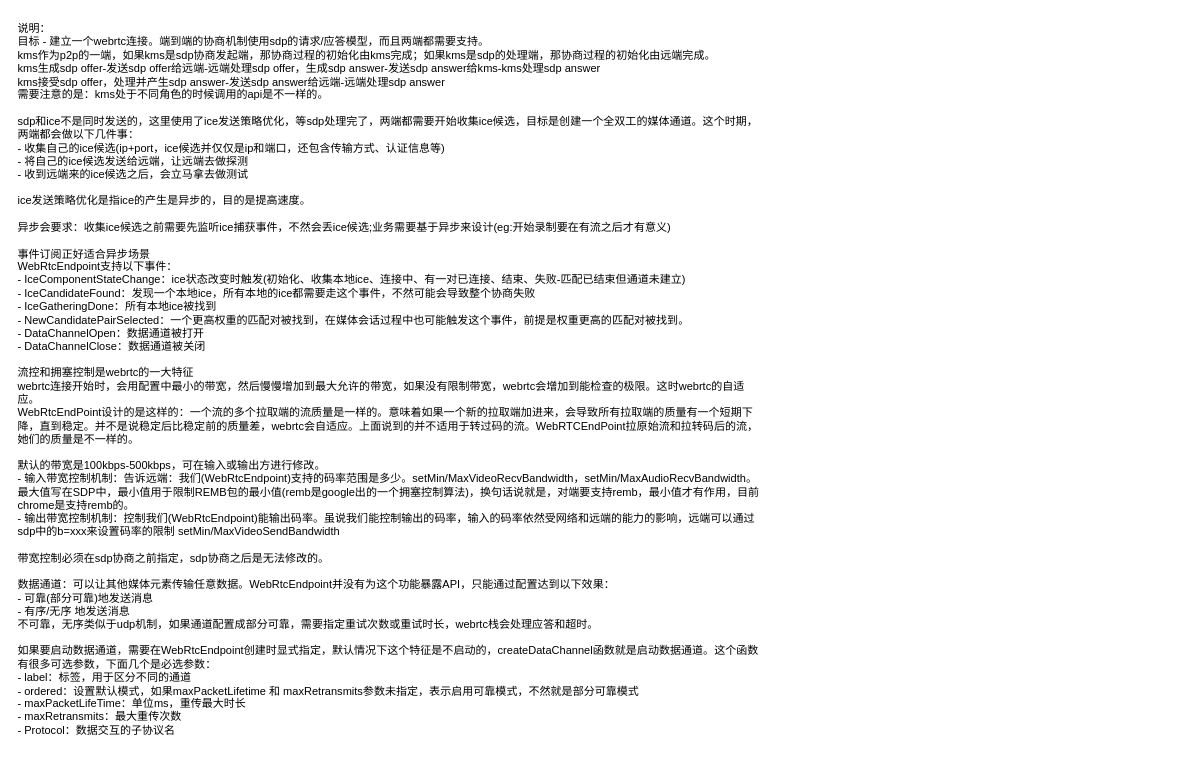
Earlier version of the draw.io diagram page "WebRtcEndpoint" (2 of 2) of kms源码分析/kms分析文字版本.drawio (63isOK/conference_graph). Source tidied: cells renumbered, new cells numbered last; positions are measured from the earlier drawing's top-left corner, leaving out a move shared by most shapes. Both pictures are drawn from the tidied source at 92%, with x=0, y=0 at pixel (16, 16).
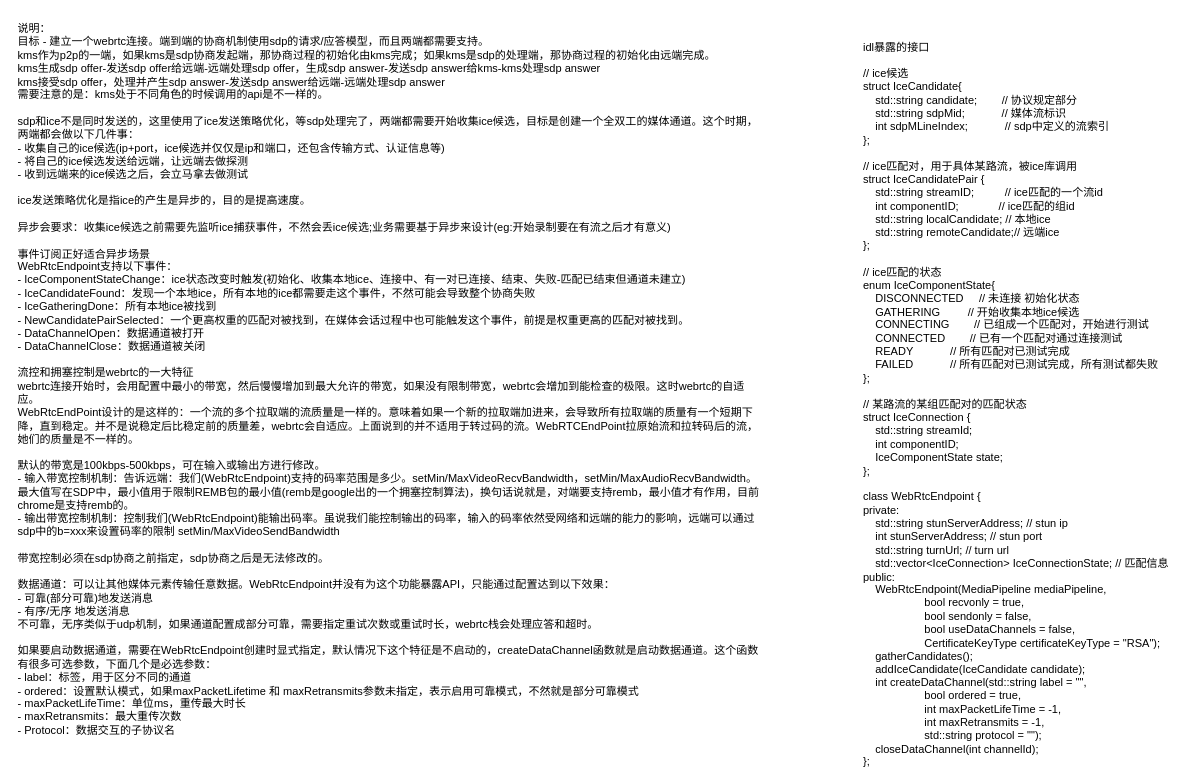
After the change.

Commit message:
更新kms分析文字版本.drawio

Diff of the diagram source:
```diff
@@
 <mxGraphModel>
   <root>
     <mxCell id="0" />
     <mxCell id="1" parent="0" />
     <mxCell id="2" value="说明：&lt;br&gt;目标 - 建立一个webrtc连接。端到端的协商机制使用sdp的请求/应答模型，而且两端都需要支持。&lt;br&gt;kms作为p2p的一端，如果kms是sdp协商发起端，那协商过程的初始化由kms完成；如果kms是sdp的处理端，那协商过程的初始化由远端完成。&lt;br&gt;kms生成sdp offer-发送sdp offer给远端-远端处理sdp offer，生成sdp answer-发送sdp answer给kms-kms处理sdp answer&lt;br&gt;kms接受sdp offer，处理并产生sdp answer-发送sdp answer给远端-远端处理sdp answer&lt;br&gt;需要注意的是：kms处于不同角色的时候调用的api是不一样的。&lt;br&gt;&lt;br&gt;sdp和ice不是同时发送的，这里使用了ice发送策略优化，等sdp处理完了，两端都需要开始收集ice候选，目标是创建一个全双工的媒体通道。这个时期，两端都会做以下几件事：&lt;br&gt;- 收集自己的ice候选(ip+port，ice候选并仅仅是ip和端口，还包含传输方式、认证信息等)&lt;br&gt;- 将自己的ice候选发送给远端，让远端去做探测&lt;br&gt;- 收到远端来的ice候选之后，会立马拿去做测试&lt;br&gt;&lt;br&gt;ice发送策略优化是指ice的产生是异步的，目的是提高速度。&lt;br&gt;&lt;br&gt;异步会要求：收集ice候选之前需要先监听ice捕获事件，不然会丢ice候选;业务需要基于异步来设计(eg:开始录制要在有流之后才有意义)&lt;br&gt;&lt;br&gt;事件订阅正好适合异步场景&lt;br&gt;WebRtcEndpoint支持以下事件：&lt;br&gt;-&amp;nbsp;&lt;span&gt;IceComponentStateChange：ice状态改变时触发(初始化、收集本地ice、连接中、有一对已连接、结束、失败-匹配已结束但通道未建立)&lt;br&gt;&lt;/span&gt;-&amp;nbsp;&lt;span&gt;IceCandidateFound：发现一个本地ice，所有本地的ice都需要走这个事件，不然可能会导致整个协商失败&lt;br&gt;&lt;/span&gt;-&amp;nbsp;&lt;span&gt;IceGatheringDone：所有本地ice被找到&lt;br&gt;&lt;/span&gt;-&amp;nbsp;&lt;span&gt;NewCandidatePairSelected：一个更高权重的匹配对被找到，在媒体会话过程中也可能触发这个事件，前提是权重更高的匹配对被找到。&lt;br&gt;&lt;/span&gt;- D&lt;span&gt;ataChannelOpen：数据通道被打开&lt;br&gt;&lt;/span&gt;- D&lt;span&gt;ataChannelClose：数据通道被关闭&lt;br&gt;&lt;/span&gt;&lt;br&gt;流控和拥塞控制是webrtc的一大特征&lt;br&gt;webrtc连接开始时，会用配置中最小的带宽，然后慢慢增加到最大允许的带宽，如果没有限制带宽，webrtc会增加到能检查的极限。这时webrtc的自适应。&lt;br&gt;WebRtcEndPoint设计的是这样的：一个流的多个拉取端的流质量是一样的。意味着如果一个新的拉取端加进来，会导致所有拉取端的质量有一个短期下降，直到稳定。并不是说稳定后比稳定前的质量差，webrtc会自适应。上面说到的并不适用于转过码的流。WebRTCEndPoint拉原始流和拉转码后的流，她们的质量是不一样的。&lt;br&gt;&lt;br&gt;默认的带宽是100kbps-500kbps，可在输入或输出方进行修改。&lt;br&gt;- 输入带宽控制机制：告诉远端：我们(WebRtcEndpoint)支持的码率范围是多少。&lt;span&gt;setMin/MaxVideoRecvBandwidth，&lt;/span&gt;&lt;span&gt;setMin/MaxAudioRecvBandwidth&lt;/span&gt;。最大值写在SDP中，最小值用于限制REMB包的最小值(remb是google出的一个拥塞控制算法)，换句话说就是，对端要支持remb，最小值才有作用，目前chrome是支持remb的。&lt;br&gt;- 输出带宽控制机制：控制我们(WebRtcEndpoint)能输出码率。虽说我们能控制输出的码率，输入的码率依然受网络和远端的能力的影响，远端可以通过sdp中的b=xxx来设置码率的限制&amp;nbsp;&lt;span&gt;setMin/MaxVideoSendBandwidth&lt;br&gt;&lt;/span&gt;&lt;br&gt;带宽控制必须在sdp协商之前指定，sdp协商之后是无法修改的。&lt;br&gt;&lt;br&gt;数据通道：可以让其他媒体元素传输任意数据。WebRtcEndpoint并没有为这个功能暴露API，只能通过配置达到以下效果：&lt;br&gt;- 可靠(部分可靠)地发送消息&lt;br&gt;- 有序/无序 地发送消息&lt;br&gt;不可靠，无序类似于udp机制，如果通道配置成部分可靠，需要指定重试次数或重试时长，webrtc栈会处理应答和超时。&lt;br&gt;&lt;br&gt;如果要启动数据通道，需要在WebRtcEndpoint创建时显式指定，默认情况下这个特征是不启动的，&lt;span&gt;createDataChannel函数就是启动数据通道。这个函数有很多可选参数，下面几个是必选参数：&lt;br&gt;&lt;/span&gt;- label：标签，用于区分不同的通道&lt;br&gt;- ordered：设置默认模式，如果&lt;span&gt;maxPacketLifetime 和 maxRetransmits参数未指定，表示启用可靠模式，不然就是部分可靠模式&lt;br&gt;&lt;/span&gt;-&amp;nbsp;&lt;span&gt;maxPacketLifeTime：单位ms，重传最大时长&lt;br&gt;&lt;/span&gt;-&amp;nbsp;&lt;span&gt;maxRetransmits：最大重传次数&lt;br&gt;&lt;/span&gt;-&amp;nbsp;&lt;span&gt;Protocol：数据交互的子协议名&lt;/span&gt;&lt;br&gt;" style="text;html=1;strokeColor=none;fillColor=none;align=left;verticalAlign=top;whiteSpace=wrap;rounded=0;" parent="1" vertex="1">
       <mxGeometry width="809" height="750" as="geometry" />
     </mxCell>
+    <mxCell id="3" value="&lt;div&gt;idl暴露的接口&lt;/div&gt;&lt;div&gt;&lt;br&gt;&lt;/div&gt;&lt;div&gt;// ice候选&lt;/div&gt;&lt;div&gt;struct IceCandidate{&lt;/div&gt;&lt;div&gt;&amp;nbsp; &amp;nbsp; std::string candidate;&amp;nbsp; &amp;nbsp; &amp;nbsp; &amp;nbsp; // 协议规定部分&lt;/div&gt;&lt;div&gt;&amp;nbsp; &amp;nbsp; std::string sdpMid;&amp;nbsp; &amp;nbsp; &amp;nbsp; &amp;nbsp; &amp;nbsp; &amp;nbsp; // 媒体流标识&lt;/div&gt;&lt;div&gt;&amp;nbsp; &amp;nbsp; int sdpMLineIndex;&amp;nbsp; &amp;nbsp; &amp;nbsp; &amp;nbsp; &amp;nbsp; &amp;nbsp; // sdp中定义的流索引&lt;/div&gt;&lt;div&gt;};&lt;/div&gt;&lt;div&gt;&lt;br&gt;&lt;/div&gt;&lt;div&gt;// ice匹配对，用于具体某路流，被ice库调用&lt;/div&gt;&lt;div&gt;struct IceCandidatePair {&lt;/div&gt;&lt;div&gt;&amp;nbsp; &amp;nbsp; std::string streamID;&amp;nbsp; &amp;nbsp; &amp;nbsp; &amp;nbsp; &amp;nbsp; // ice匹配的一个流id&lt;/div&gt;&lt;div&gt;&amp;nbsp; &amp;nbsp; int componentID;&amp;nbsp; &amp;nbsp; &amp;nbsp; &amp;nbsp; &amp;nbsp; &amp;nbsp; &amp;nbsp;// ice匹配的组id&lt;/div&gt;&lt;div&gt;&amp;nbsp; &amp;nbsp; std::string localCandidate; // 本地ice&lt;/div&gt;&lt;div&gt;&amp;nbsp; &amp;nbsp; std::string remoteCandidate;// 远端ice&lt;/div&gt;&lt;div&gt;};&lt;/div&gt;&lt;div&gt;&lt;br&gt;&lt;/div&gt;&lt;div&gt;// ice匹配的状态&lt;/div&gt;&lt;div&gt;enum IceComponentState{&lt;/div&gt;&lt;div&gt;&amp;nbsp; &amp;nbsp; DISCONNECTED&amp;nbsp; &amp;nbsp; &amp;nbsp;// 未连接 初始化状态&lt;/div&gt;&lt;div&gt;&amp;nbsp; &amp;nbsp; GATHERING&amp;nbsp; &amp;nbsp; &amp;nbsp; &amp;nbsp; &amp;nbsp;// 开始收集本地ice候选&lt;/div&gt;&lt;div&gt;&amp;nbsp; &amp;nbsp; CONNECTING&amp;nbsp; &amp;nbsp; &amp;nbsp; &amp;nbsp; // 已组成一个匹配对，开始进行测试&lt;/div&gt;&lt;div&gt;&amp;nbsp; &amp;nbsp; CONNECTED&amp;nbsp; &amp;nbsp; &amp;nbsp; &amp;nbsp; // 已有一个匹配对通过连接测试&lt;/div&gt;&lt;div&gt;&amp;nbsp; &amp;nbsp; READY&amp;nbsp; &amp;nbsp; &amp;nbsp; &amp;nbsp; &amp;nbsp; &amp;nbsp; // 所有匹配对已测试完成&lt;/div&gt;&lt;div&gt;&amp;nbsp; &amp;nbsp; FAILED&amp;nbsp; &amp;nbsp; &amp;nbsp; &amp;nbsp; &amp;nbsp; &amp;nbsp; // 所有匹配对已测试完成，所有测试都失败&lt;/div&gt;&lt;div&gt;};&lt;/div&gt;&lt;div&gt;&lt;br&gt;&lt;/div&gt;&lt;div&gt;// 某路流的某组匹配对的匹配状态&lt;/div&gt;&lt;div&gt;struct IceConnection {&lt;/div&gt;&lt;div&gt;&amp;nbsp; &amp;nbsp; std::string streamId;&lt;/div&gt;&lt;div&gt;&amp;nbsp; &amp;nbsp; int componentID;&lt;/div&gt;&lt;div&gt;&amp;nbsp; &amp;nbsp; IceComponentState state;&lt;/div&gt;&lt;div&gt;};&lt;/div&gt;&lt;div&gt;&lt;br&gt;&lt;/div&gt;&lt;div&gt;class WebRtcEndpoint {&lt;/div&gt;&lt;div&gt;private:&lt;/div&gt;&lt;div&gt;&amp;nbsp; &amp;nbsp; std::string stunServerAddress; // stun ip&lt;/div&gt;&lt;div&gt;&amp;nbsp; &amp;nbsp; int stunServerAddress; // stun port&lt;/div&gt;&lt;div&gt;&amp;nbsp; &amp;nbsp; std::string turnUrl; // turn url&lt;/div&gt;&lt;div&gt;&amp;nbsp; &amp;nbsp; std::vector&amp;lt;IceConnection&amp;gt; IceConnectionState; // 匹配信息&lt;/div&gt;&lt;div&gt;public:&lt;/div&gt;&lt;div&gt;&amp;nbsp; &amp;nbsp; WebRtcEndpoint(MediaPipeline mediaPipeline,&lt;/div&gt;&lt;div&gt;&amp;nbsp; &amp;nbsp; &amp;nbsp; &amp;nbsp; &amp;nbsp; &amp;nbsp; &amp;nbsp; &amp;nbsp; &amp;nbsp; &amp;nbsp; bool recvonly = true,&lt;/div&gt;&lt;div&gt;&amp;nbsp; &amp;nbsp; &amp;nbsp; &amp;nbsp; &amp;nbsp; &amp;nbsp; &amp;nbsp; &amp;nbsp; &amp;nbsp; &amp;nbsp; bool sendonly = false,&lt;/div&gt;&lt;div&gt;&amp;nbsp; &amp;nbsp; &amp;nbsp; &amp;nbsp; &amp;nbsp; &amp;nbsp; &amp;nbsp; &amp;nbsp; &amp;nbsp; &amp;nbsp; bool useDataChannels = false,&lt;/div&gt;&lt;div&gt;&amp;nbsp; &amp;nbsp; &amp;nbsp; &amp;nbsp; &amp;nbsp; &amp;nbsp; &amp;nbsp; &amp;nbsp; &amp;nbsp; &amp;nbsp; CertificateKeyType certificateKeyType = &quot;RSA&quot;);&lt;/div&gt;&lt;div&gt;&amp;nbsp; &amp;nbsp; gatherCandidates();&lt;/div&gt;&lt;div&gt;&amp;nbsp; &amp;nbsp; addIceCandidate(IceCandidate candidate);&lt;/div&gt;&lt;div&gt;&amp;nbsp; &amp;nbsp; int createDataChannel(std::string label = &quot;&quot;,&lt;/div&gt;&lt;div&gt;&amp;nbsp; &amp;nbsp; &amp;nbsp; &amp;nbsp; &amp;nbsp; &amp;nbsp; &amp;nbsp; &amp;nbsp; &amp;nbsp; &amp;nbsp; bool ordered = true,&lt;/div&gt;&lt;div&gt;&amp;nbsp; &amp;nbsp; &amp;nbsp; &amp;nbsp; &amp;nbsp; &amp;nbsp; &amp;nbsp; &amp;nbsp; &amp;nbsp; &amp;nbsp; int maxPacketLifeTime = -1,&lt;/div&gt;&lt;div&gt;&amp;nbsp; &amp;nbsp; &amp;nbsp; &amp;nbsp; &amp;nbsp; &amp;nbsp; &amp;nbsp; &amp;nbsp; &amp;nbsp; &amp;nbsp; int maxRetransmits = -1,&lt;/div&gt;&lt;div&gt;&amp;nbsp; &amp;nbsp; &amp;nbsp; &amp;nbsp; &amp;nbsp; &amp;nbsp; &amp;nbsp; &amp;nbsp; &amp;nbsp; &amp;nbsp; std::string protocol = &quot;&quot;);&lt;/div&gt;&lt;div&gt;&amp;nbsp; &amp;nbsp; closeDataChannel(int channelId);&lt;/div&gt;&lt;div&gt;};&lt;/div&gt;" style="text;html=1;strokeColor=none;fillColor=none;align=left;verticalAlign=top;whiteSpace=wrap;rounded=0;" parent="1" vertex="1">
+      <mxGeometry x="919" y="20" width="350" height="770" as="geometry" />
+    </mxCell>
   </root>
 </mxGraphModel>
```
